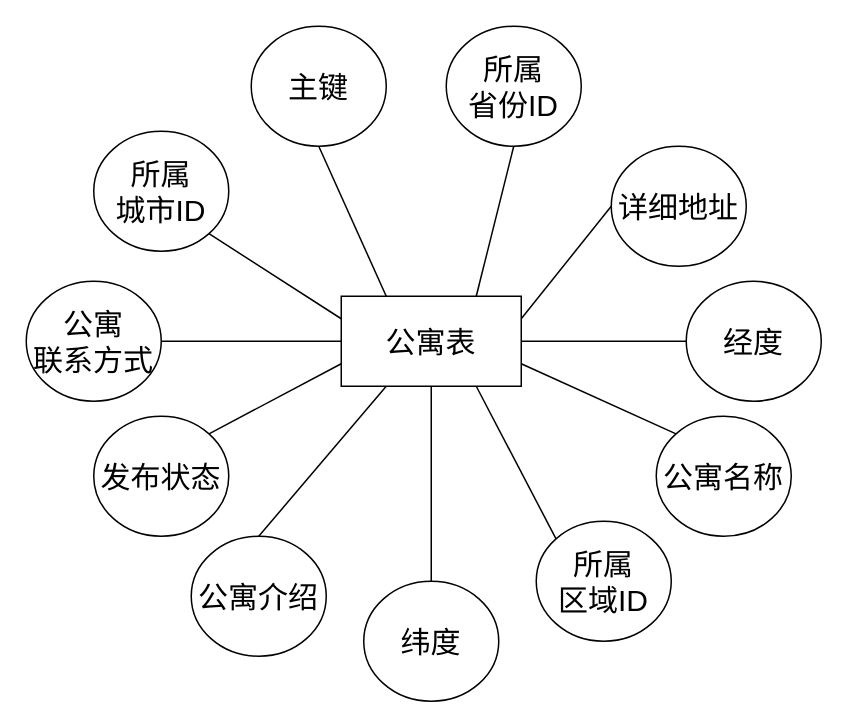
Before: page "第 2 页" (2 of 6) of src/未命名绘图.drawio in ssajdsal/18-comic-finder, a draw.io diagram. Source tidied: cells renumbered, new cells numbered last; positions are measured from the earlier drawing's top-left corner, leaving out a move shared by most shapes. Both pictures are drawn from the tidied source at 150%, with x=0, y=0 at pixel (26, 26).
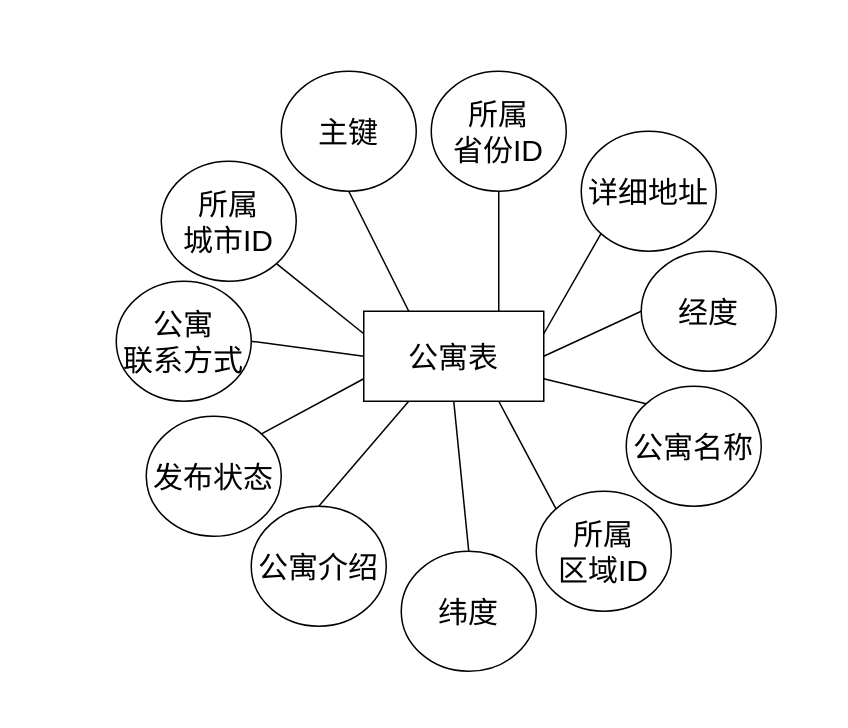
Above is the later version.

Diff of the diagram source:
```diff
@@
     <mxCell id="2" value="公寓表" style="rounded=0;whiteSpace=wrap;html=1;fontFamily=黑体;fontSize=20;" parent="1" vertex="1">
-      <mxGeometry x="210" y="180" width="120" height="60" as="geometry" />
+      <mxGeometry x="225" y="190" width="120" height="60" as="geometry" />
     </mxCell>
@@
     <mxCell id="4" value="发布状态" style="ellipse;whiteSpace=wrap;html=1;fontFamily=黑体;fontSize=20;" parent="1" vertex="1">
-      <mxGeometry x="45" y="260" width="90" height="80" as="geometry" />
+      <mxGeometry x="80" y="260" width="90" height="80" as="geometry" />
     </mxCell>
@@
     <mxCell id="6" value="公寓&lt;div&gt;联系方式&lt;/div&gt;" style="ellipse;whiteSpace=wrap;html=1;fontFamily=黑体;fontSize=20;" parent="1" vertex="1">
-      <mxGeometry y="170" width="90" height="80" as="geometry" />
+      <mxGeometry x="60" y="170" width="90" height="80" as="geometry" />
     </mxCell>
@@
     <mxCell id="8" value="纬度" style="ellipse;whiteSpace=wrap;html=1;fontFamily=黑体;fontSize=20;" parent="1" vertex="1">
-      <mxGeometry x="225" y="370" width="90" height="80" as="geometry" />
+      <mxGeometry x="250" y="350" width="90" height="80" as="geometry" />
     </mxCell>
@@
     <mxCell id="10" value="经度" style="ellipse;whiteSpace=wrap;html=1;fontFamily=黑体;fontSize=20;" parent="1" vertex="1">
-      <mxGeometry x="440" y="170" width="90" height="80" as="geometry" />
+      <mxGeometry x="410" y="150" width="90" height="80" as="geometry" />
     </mxCell>
-    <mxCell id="11" style="edgeStyle=none;rounded=0;jettySize=auto;html=1;exitX=0;exitY=0.5;exitDx=0;exitDy=0;entryX=1;entryY=0.25;entryDx=0;entryDy=0;endArrow=none;endFill=0;" parent="1" edge="1" source="12" target="2">
+    <mxCell id="11" style="edgeStyle=none;rounded=0;jettySize=auto;html=1;exitX=0;exitY=1;exitDx=0;exitDy=0;entryX=1;entryY=0.25;entryDx=0;entryDy=0;endArrow=none;endFill=0;" parent="1" edge="1" source="12" target="2">
       <mxGeometry relative="1" as="geometry" />
     </mxCell>
     <mxCell id="12" value="详细地址" style="ellipse;whiteSpace=wrap;html=1;fontFamily=黑体;fontSize=20;" parent="1" vertex="1">
-      <mxGeometry x="390" y="80" width="90" height="80" as="geometry" />
+      <mxGeometry x="370" y="70" width="90" height="80" as="geometry" />
     </mxCell>
@@
     <mxCell id="14" value="所属&lt;div&gt;省份ID&lt;/div&gt;" style="ellipse;whiteSpace=wrap;html=1;fontFamily=黑体;fontSize=20;" parent="1" vertex="1">
-      <mxGeometry x="280" width="90" height="80" as="geometry" />
+      <mxGeometry x="270" y="30" width="90" height="80" as="geometry" />
     </mxCell>
@@
     <mxCell id="16" value="所属&lt;div&gt;城市ID&lt;/div&gt;" style="ellipse;whiteSpace=wrap;html=1;fontFamily=黑体;fontSize=20;" parent="1" vertex="1">
-      <mxGeometry x="45" y="70" width="90" height="80" as="geometry" />
+      <mxGeometry x="90" y="90" width="90" height="80" as="geometry" />
     </mxCell>
@@
     <mxCell id="18" value="所属&lt;div&gt;区域ID&lt;/div&gt;" style="ellipse;whiteSpace=wrap;html=1;fontFamily=黑体;fontSize=20;" parent="1" vertex="1">
-      <mxGeometry x="340" y="330" width="90" height="80" as="geometry" />
+      <mxGeometry x="340" y="310" width="90" height="80" as="geometry" />
     </mxCell>
@@
     <mxCell id="20" value="公寓介绍" style="ellipse;whiteSpace=wrap;html=1;fontFamily=黑体;fontSize=20;" parent="1" vertex="1">
-      <mxGeometry x="110" y="340" width="90" height="80" as="geometry" />
+      <mxGeometry x="150" y="320" width="90" height="80" as="geometry" />
     </mxCell>
@@
     <mxCell id="22" value="公寓名称" style="ellipse;whiteSpace=wrap;html=1;fontFamily=黑体;fontSize=20;" parent="1" vertex="1">
-      <mxGeometry x="420" y="260" width="90" height="80" as="geometry" />
+      <mxGeometry x="400" y="240" width="90" height="80" as="geometry" />
     </mxCell>
@@
     <mxCell id="24" value="主键" style="ellipse;whiteSpace=wrap;html=1;fontFamily=黑体;fontSize=20;" parent="1" vertex="1">
-      <mxGeometry x="150" width="90" height="80" as="geometry" />
+      <mxGeometry x="170" y="30" width="90" height="80" as="geometry" />
     </mxCell>
```
